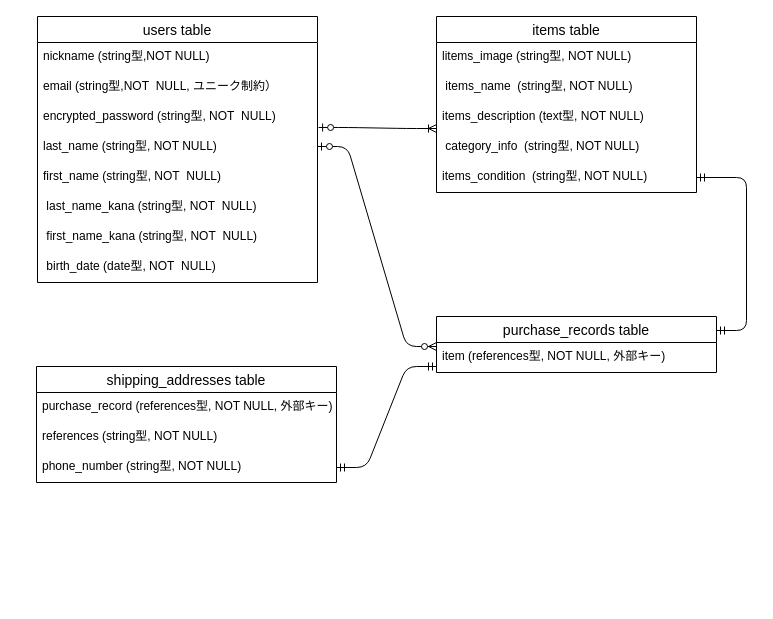
Before: test.dio in eat-rice-crackers/furima-40436, a draw.io diagram. Source tidied: cells renumbered, new cells numbered last; positions are measured from the earlier drawing's top-left corner, leaving out a move shared by most shapes. Both pictures are drawn from the tidied source at 100%, with x=0, y=0 at pixel (36, 16).
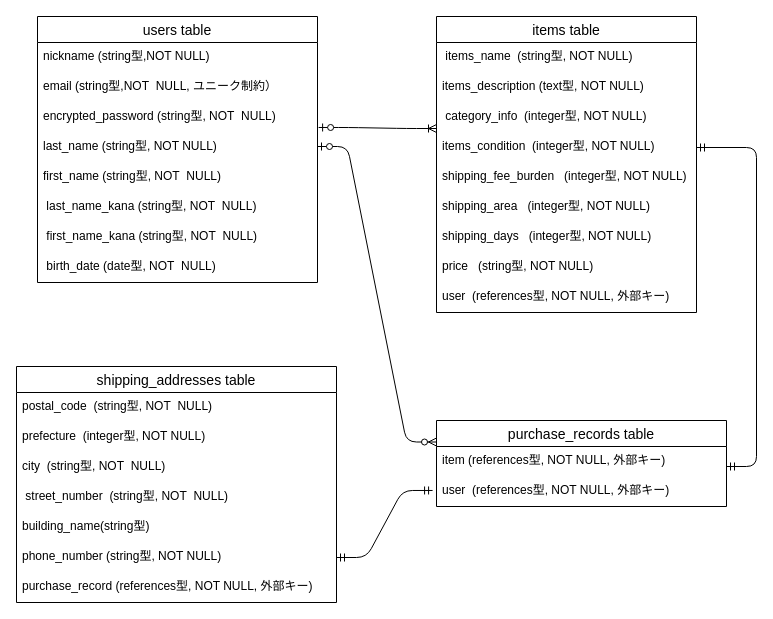
Above is the later version.

The edit, as a diff of the source:
```diff
@@
     <mxCell id="11" value="items table" style="swimlane;fontStyle=0;horizontal=1;startSize=26;align=center;fontSize=14;" parent="1" vertex="1">
-      <mxGeometry x="400" width="260" height="176" as="geometry" />
+      <mxGeometry x="400" width="260" height="296" as="geometry" />
     </mxCell>
-    <mxCell id="12" value="litems_image (string型, NOT NULL)" style="text;strokeColor=none;fillColor=none;spacingLeft=4;spacingRight=4;overflow=hidden;fontSize=12;" parent="11" vertex="1">
-      <mxGeometry y="26" width="260" height="30" as="geometry" />
-    </mxCell>
     <mxCell id="13" value=" items_name  (string型, NOT NULL)" style="text;strokeColor=none;fillColor=none;spacingLeft=4;spacingRight=4;overflow=hidden;fontSize=12;" parent="11" vertex="1">
-      <mxGeometry y="56" width="260" height="30" as="geometry" />
+      <mxGeometry y="26" width="260" height="30" as="geometry" />
     </mxCell>
     <mxCell id="14" value="items_description (text型, NOT NULL)" style="text;strokeColor=none;fillColor=none;spacingLeft=4;spacingRight=4;overflow=hidden;fontSize=12;" parent="11" vertex="1">
-      <mxGeometry y="86" width="260" height="30" as="geometry" />
+      <mxGeometry y="56" width="260" height="30" as="geometry" />
     </mxCell>
-    <mxCell id="15" value=" category_info  (string型, NOT NULL)" style="text;strokeColor=none;fillColor=none;spacingLeft=4;spacingRight=4;overflow=hidden;fontSize=12;" parent="11" vertex="1">
-      <mxGeometry y="116" width="260" height="30" as="geometry" />
+    <mxCell id="15" value=" category_info  (integer型, NOT NULL)" style="text;strokeColor=none;fillColor=none;spacingLeft=4;spacingRight=4;overflow=hidden;fontSize=12;" parent="11" vertex="1">
+      <mxGeometry y="86" width="260" height="30" as="geometry" />
     </mxCell>
-    <mxCell id="16" value="items_condition  (string型, NOT NULL)" style="text;strokeColor=none;fillColor=none;spacingLeft=4;spacingRight=4;overflow=hidden;points=[[0,0.5],[1,0.5]];portConstraint=eastwest;fontSize=12;" parent="11" vertex="1">
-      <mxGeometry y="146" width="260" height="30" as="geometry" />
+    <mxCell id="16" value="items_condition  (integer型, NOT NULL)" style="text;strokeColor=none;fillColor=none;spacingLeft=4;spacingRight=4;overflow=hidden;points=[[0,0.5],[1,0.5]];portConstraint=eastwest;fontSize=12;" parent="11" vertex="1">
+      <mxGeometry y="116" width="260" height="30" as="geometry" />
     </mxCell>
+    <mxCell id="27" value="shipping_fee_burden   (integer型, NOT NULL)" style="text;strokeColor=none;fillColor=none;spacingLeft=4;spacingRight=4;overflow=hidden;fontSize=12;" parent="11" vertex="1">
+      <mxGeometry y="146" width="260" height="30" as="geometry" />
+    </mxCell>
+    <mxCell id="28" value="shipping_area   (integer型, NOT NULL)" style="text;strokeColor=none;fillColor=none;spacingLeft=4;spacingRight=4;overflow=hidden;fontSize=12;" parent="11" vertex="1">
+      <mxGeometry y="176" width="260" height="30" as="geometry" />
+    </mxCell>
+    <mxCell id="29" value="shipping_days   (integer型, NOT NULL)" style="text;strokeColor=none;fillColor=none;spacingLeft=4;spacingRight=4;overflow=hidden;fontSize=12;" parent="11" vertex="1">
+      <mxGeometry y="206" width="260" height="30" as="geometry" />
+    </mxCell>
+    <mxCell id="30" value="price   (string型, NOT NULL)" style="text;strokeColor=none;fillColor=none;spacingLeft=4;spacingRight=4;overflow=hidden;fontSize=12;" parent="11" vertex="1">
+      <mxGeometry y="236" width="260" height="30" as="geometry" />
+    </mxCell>
+    <mxCell id="31" value="user  (references型, NOT NULL, 外部キー)" style="text;strokeColor=none;fillColor=none;spacingLeft=4;spacingRight=4;overflow=hidden;fontSize=12;" parent="11" vertex="1">
+      <mxGeometry y="266" width="260" height="30" as="geometry" />
+    </mxCell>
     <mxCell id="17" value="purchase_records table" style="swimlane;fontStyle=0;horizontal=1;startSize=26;align=center;fontSize=14;" parent="1" vertex="1">
-      <mxGeometry x="400" y="300" width="280" height="56" as="geometry" />
+      <mxGeometry x="400" y="404" width="290" height="86" as="geometry" />
     </mxCell>
-    <mxCell id="18" value="item (references型, NOT NULL, 外部キー)" style="text;strokeColor=none;fillColor=none;spacingLeft=4;spacingRight=4;overflow=hidden;points=[[0,0.5],[1,0.5]];portConstraint=eastwest;fontSize=12;" parent="17" vertex="1">
-      <mxGeometry y="26" width="280" height="30" as="geometry" />
-    </mxCell>
     <mxCell id="19" value="shipping_addresses table" style="swimlane;fontStyle=0;horizontal=1;startSize=26;align=center;fontSize=14;" parent="1" vertex="1">
-      <mxGeometry y="350" width="300" height="116" as="geometry" />
+      <mxGeometry x="-20" y="350" width="320" height="236" as="geometry" />
     </mxCell>
+    <mxCell id="32" value="postal_code  (string型, NOT  NULL)&#10;" style="text;strokeColor=none;fillColor=none;spacingLeft=4;spacingRight=4;overflow=hidden;fontSize=12;" parent="19" vertex="1">
+      <mxGeometry y="26" width="320" height="30" as="geometry" />
+    </mxCell>
+    <mxCell id="33" value="prefecture  (integer型, NOT NULL)" style="text;strokeColor=none;fillColor=none;spacingLeft=4;spacingRight=4;overflow=hidden;fontSize=12;" parent="19" vertex="1">
+      <mxGeometry y="56" width="320" height="30" as="geometry" />
+    </mxCell>
+    <mxCell id="34" value="city  (string型, NOT  NULL)&#10;" style="text;strokeColor=none;fillColor=none;spacingLeft=4;spacingRight=4;overflow=hidden;fontSize=12;" parent="19" vertex="1">
+      <mxGeometry y="86" width="320" height="30" as="geometry" />
+    </mxCell>
+    <mxCell id="35" value=" street_number  (string型, NOT  NULL)&#10;" style="text;strokeColor=none;fillColor=none;spacingLeft=4;spacingRight=4;overflow=hidden;fontSize=12;" parent="19" vertex="1">
+      <mxGeometry y="116" width="320" height="30" as="geometry" />
+    </mxCell>
+    <mxCell id="36" value="building_name(string型)" style="text;strokeColor=none;fillColor=none;spacingLeft=4;spacingRight=4;overflow=hidden;fontSize=12;" parent="19" vertex="1">
+      <mxGeometry y="146" width="320" height="30" as="geometry" />
+    </mxCell>
+    <mxCell id="22" value="phone_number (string型, NOT NULL)" style="text;strokeColor=none;fillColor=none;spacingLeft=4;spacingRight=4;overflow=hidden;points=[[0,0.5],[1,0.5]];portConstraint=eastwest;fontSize=12;" parent="19" vertex="1">
+      <mxGeometry y="176" width="320" height="30" as="geometry" />
+    </mxCell>
     <mxCell id="20" value="purchase_record (references型, NOT NULL, 外部キー)" style="text;strokeColor=none;fillColor=none;spacingLeft=4;spacingRight=4;overflow=hidden;fontSize=12;" parent="19" vertex="1">
-      <mxGeometry y="26" width="300" height="30" as="geometry" />
+      <mxGeometry y="206" width="320" height="30" as="geometry" />
     </mxCell>
-    <mxCell id="21" value="references (string型, NOT NULL)" style="text;strokeColor=none;fillColor=none;spacingLeft=4;spacingRight=4;overflow=hidden;fontSize=12;" parent="19" vertex="1">
-      <mxGeometry y="56" width="300" height="30" as="geometry" />
-    </mxCell>
-    <mxCell id="22" value="phone_number (string型, NOT NULL)" style="text;strokeColor=none;fillColor=none;spacingLeft=4;spacingRight=4;overflow=hidden;points=[[0,0.5],[1,0.5]];portConstraint=eastwest;fontSize=12;" parent="19" vertex="1">
-      <mxGeometry y="86" width="300" height="30" as="geometry" />
-    </mxCell>
@@
-    <mxCell id="24" style="edgeStyle=entityRelationEdgeStyle;fontSize=12;html=1;endArrow=ERzeroToMany;startArrow=ERzeroToOne;" parent="1" edge="1">
+    <mxCell id="24" style="edgeStyle=entityRelationEdgeStyle;fontSize=12;html=1;endArrow=ERzeroToMany;startArrow=ERzeroToOne;entryX=0;entryY=0.25;entryDx=0;entryDy=0;" parent="1" edge="1" target="17">
       <mxGeometry relative="1" as="geometry">
         <mxPoint x="281" y="130" as="sourcePoint" />
-        <mxPoint x="400" y="330" as="targetPoint" />
       </mxGeometry>
     </mxCell>
     <mxCell id="25" style="edgeStyle=entityRelationEdgeStyle;fontSize=12;html=1;endArrow=ERmandOne;startArrow=ERmandOne;entryX=1;entryY=0.5;entryDx=0;entryDy=0;" parent="1" edge="1" target="16">
       <mxGeometry relative="1" as="geometry">
-        <mxPoint x="680" y="314" as="sourcePoint" />
+        <mxPoint x="690" y="450" as="sourcePoint" />
       </mxGeometry>
     </mxCell>
-    <mxCell id="26" style="edgeStyle=entityRelationEdgeStyle;fontSize=12;html=1;endArrow=ERmandOne;startArrow=ERmandOne;exitX=1;exitY=0.5;exitDx=0;exitDy=0;" parent="1" edge="1" source="22">
-      <mxGeometry relative="1" as="geometry">
-        <mxPoint x="400" y="350" as="targetPoint" />
-      </mxGeometry>
+    <mxCell id="26" style="edgeStyle=entityRelationEdgeStyle;fontSize=12;html=1;endArrow=ERmandOne;startArrow=ERmandOne;exitX=1;exitY=0.5;exitDx=0;exitDy=0;entryX=-0.014;entryY=0.733;entryDx=0;entryDy=0;entryPerimeter=0;" parent="1" edge="1" source="22" target="18">
+      <mxGeometry relative="1" as="geometry" />
     </mxCell>
+    <mxCell id="18" value="item (references型, NOT NULL, 外部キー)" style="text;strokeColor=none;fillColor=none;spacingLeft=4;spacingRight=4;overflow=hidden;points=[[0,0.5],[1,0.5]];portConstraint=eastwest;fontSize=12;" parent="1" vertex="1">
+      <mxGeometry x="400" y="430" width="280" height="60" as="geometry" />
+    </mxCell>
+    <mxCell id="37" value="user  (references型, NOT NULL, 外部キー)" style="text;strokeColor=none;fillColor=none;spacingLeft=4;spacingRight=4;overflow=hidden;fontSize=12;" parent="1" vertex="1">
+      <mxGeometry x="400" y="460" width="290" height="30" as="geometry" />
+    </mxCell>
```
